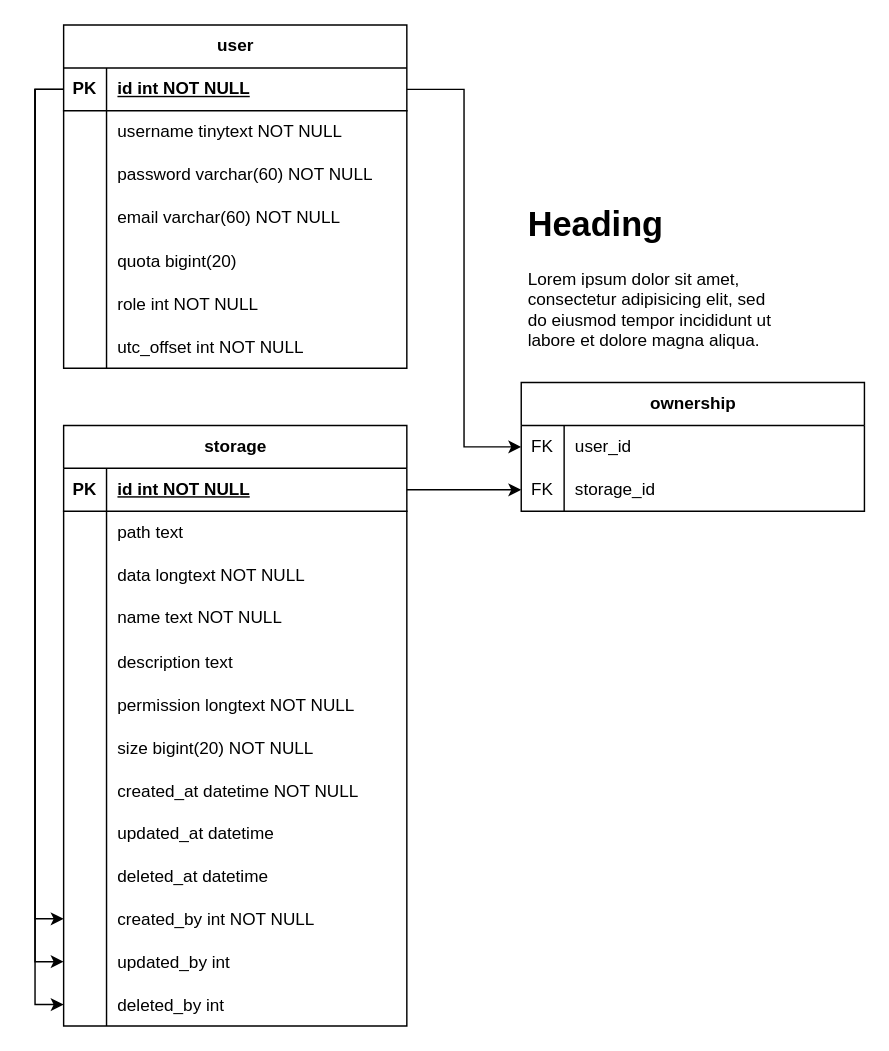
Veteranfighter/daba-file-manager keeps this draw.io diagram as Database Schema.drawio. Above is the earlier version. Source tidied: cells renumbered, new cells numbered last; positions are measured from the earlier drawing's top-left corner, leaving out a move shared by most shapes. Both pictures are drawn from the tidied source at 143%, with x=0, y=0 at pixel (63, 24).
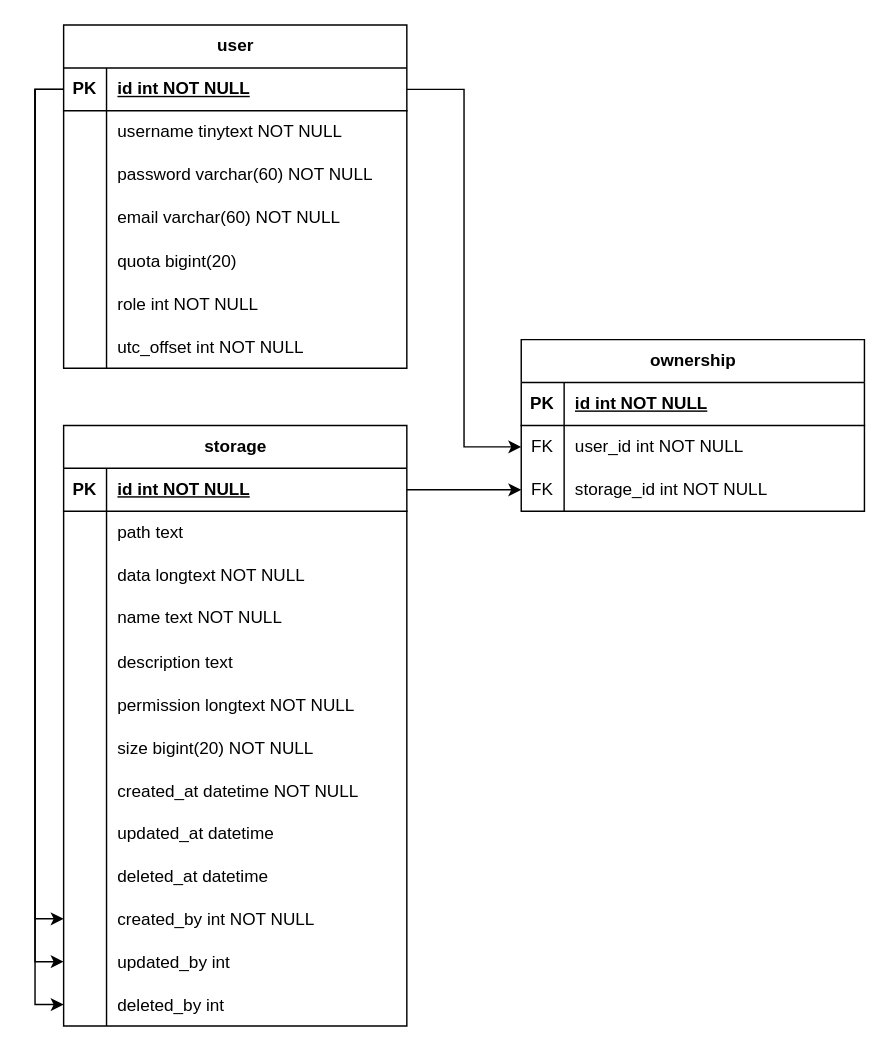
After the change.

What changed in the source:
```diff
@@
     <mxCell id="64" value="ownership" style="shape=table;startSize=30;childLayout=tableLayout;rowLines=0;fontStyle=1;align=center;html=1;" parent="1" vertex="1">
-      <mxGeometry x="320" y="250" width="240" height="90" as="geometry" />
+      <mxGeometry x="320" y="220" width="240" height="120" as="geometry" />
     </mxCell>
+    <mxCell id="77" style="shape=tableRow;horizontal=0;startSize=0;swimlaneHead=0;swimlaneBody=0;fillColor=none;top=0;left=0;right=0;bottom=1;" parent="64" vertex="1">
+      <mxGeometry y="30" width="240" height="30" as="geometry" />
+    </mxCell>
+    <mxCell id="78" value="PK" style="shape=partialRectangle;fillColor=none;top=0;left=0;bottom=0;right=0;fontStyle=1;overflow=hidden;whiteSpace=wrap;html=1;" parent="77" vertex="1">
+      <mxGeometry width="30" height="30" as="geometry" />
+    </mxCell>
+    <mxCell id="79" value="id int NOT NULL" style="shape=partialRectangle;fillColor=none;top=0;left=0;bottom=0;right=0;align=left;spacingLeft=6;fontStyle=5;overflow=hidden;whiteSpace=wrap;html=1;" parent="77" vertex="1">
+      <mxGeometry x="30" width="210" height="30" as="geometry" />
+    </mxCell>
     <mxCell id="65" style="shape=tableRow;horizontal=0;startSize=0;swimlaneHead=0;swimlaneBody=0;fillColor=none;points=[[0,0.5],[1,0.5]];portConstraint=eastwest;top=0;left=0;right=0;bottom=0;" parent="64" vertex="1">
-      <mxGeometry y="30" width="240" height="30" as="geometry" />
+      <mxGeometry y="60" width="240" height="30" as="geometry" />
     </mxCell>
@@
-    <mxCell id="67" value="user_id" style="shape=partialRectangle;fillColor=none;top=0;left=0;bottom=0;right=0;align=left;spacingLeft=6;fontStyle=0;overflow=hidden;whiteSpace=wrap;html=1;" parent="65" vertex="1">
+    <mxCell id="67" value="user_id int NOT NULL" style="shape=partialRectangle;fillColor=none;top=0;left=0;bottom=0;right=0;align=left;spacingLeft=6;fontStyle=0;overflow=hidden;whiteSpace=wrap;html=1;" parent="65" vertex="1">
       <mxGeometry x="30" width="210" height="30" as="geometry" />
     </mxCell>
     <mxCell id="68" style="shape=tableRow;horizontal=0;startSize=0;swimlaneHead=0;swimlaneBody=0;fillColor=none;points=[[0,0.5],[1,0.5]];portConstraint=eastwest;top=0;left=0;right=0;bottom=0;" parent="64" vertex="1">
-      <mxGeometry y="60" width="240" height="30" as="geometry" />
+      <mxGeometry y="90" width="240" height="30" as="geometry" />
     </mxCell>
@@
-    <mxCell id="70" value="storage_id" style="shape=partialRectangle;fillColor=none;top=0;left=0;bottom=0;right=0;align=left;spacingLeft=6;fontStyle=0;overflow=hidden;whiteSpace=wrap;html=1;" parent="68" vertex="1">
+    <mxCell id="70" value="storage_id int NOT NULL" style="shape=partialRectangle;fillColor=none;top=0;left=0;bottom=0;right=0;align=left;spacingLeft=6;fontStyle=0;overflow=hidden;whiteSpace=wrap;html=1;" parent="68" vertex="1">
       <mxGeometry x="30" width="210" height="30" as="geometry" />
     </mxCell>
@@
-    <mxCell id="76" value="&lt;h1&gt;Heading&lt;/h1&gt;&lt;p&gt;Lorem ipsum dolor sit amet, consectetur adipisicing elit, sed do eiusmod tempor incididunt ut labore et dolore magna aliqua.&lt;/p&gt;" style="text;html=1;strokeColor=none;fillColor=none;spacing=5;spacingTop=-20;whiteSpace=wrap;overflow=hidden;rounded=0;" parent="1" vertex="1">
-      <mxGeometry x="320" y="120" width="190" height="120" as="geometry" />
-    </mxCell>
```
